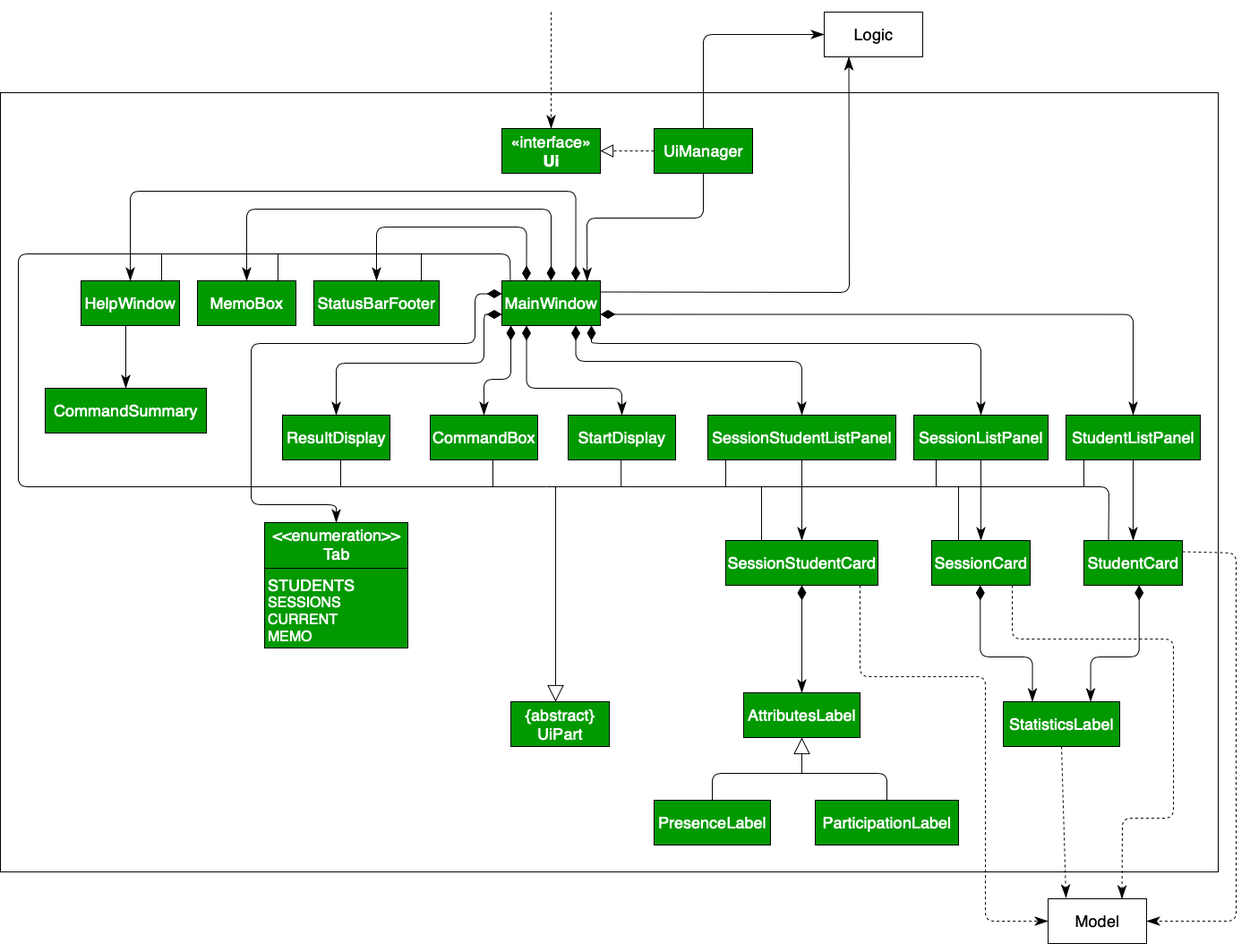
This is docs/images/developer-guide/3.2.1-UiClassDiagram.png from nweiyue/tp, a draw.io export, as it was before one commit. Source tidied: cells renumbered, new cells last; positions are measured from the earlier drawing's top-left corner, leaving out a move shared by most shapes.
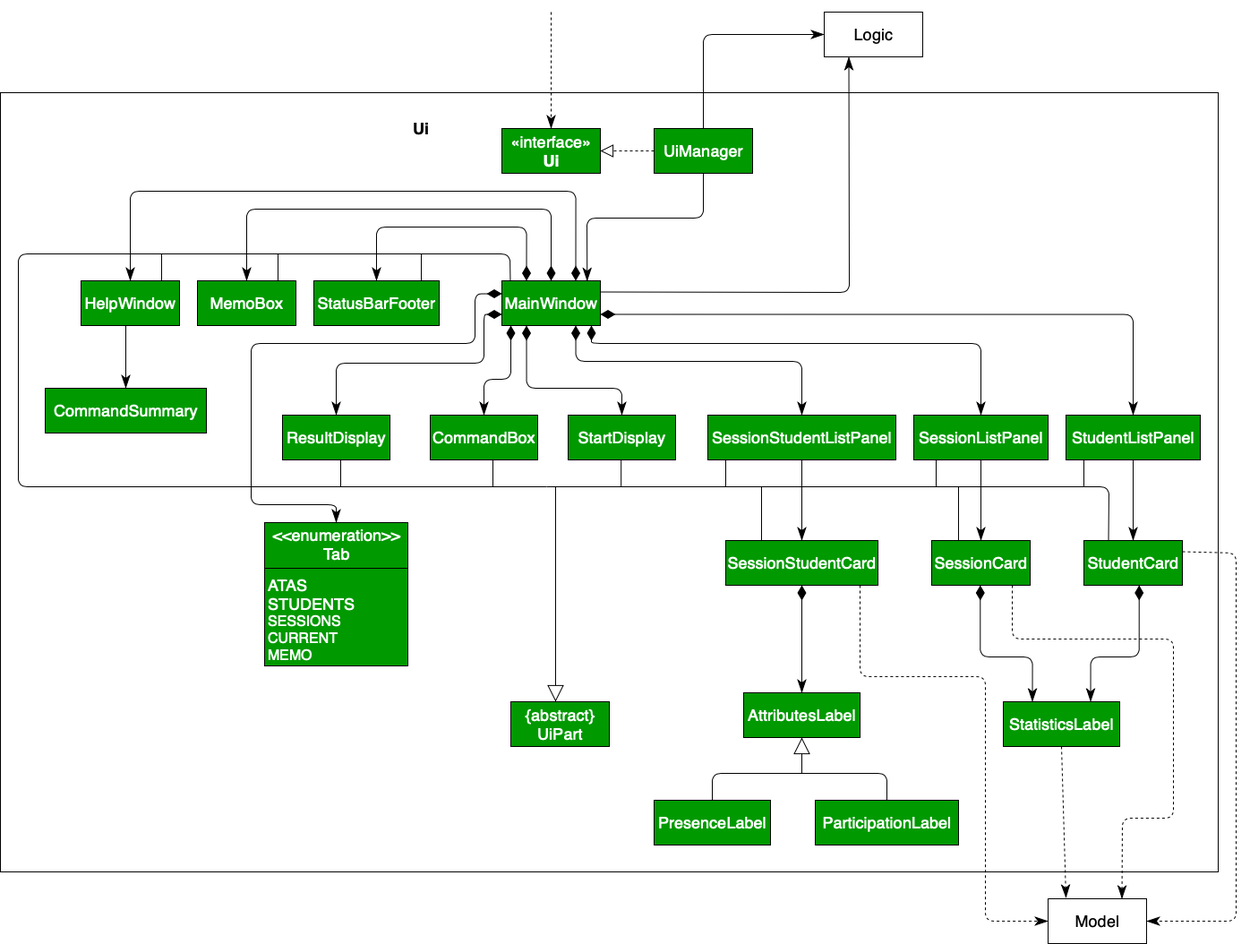
Above is the later version.

The edit, as a diff of the source:
```diff
@@ -224,8 +224,8 @@
     <mxCell id="44" value="&lt;font color=&quot;#ffffff&quot; style=&quot;font-size: 18px&quot;&gt;StudentListPanel&lt;/font&gt;" style="html=1;fillColor=#009900;strokeColor=#000000;" parent="1" vertex="1">
       <mxGeometry x="1190" y="450" width="150" height="50" as="geometry" />
     </mxCell>
-    <mxCell id="45" value="&lt;p style=&quot;margin: 0px ; margin-top: 4px ; text-align: center&quot;&gt;&lt;font color=&quot;#ffffff&quot;&gt;&lt;span&gt;&lt;font style=&quot;font-size: 18px&quot;&gt;&amp;lt;&amp;lt;enumeration&amp;gt;&amp;gt;&lt;br&gt;&lt;/font&gt;&lt;font style=&quot;font-size: 18px&quot;&gt;Tab&lt;/font&gt;&lt;/span&gt;&lt;/font&gt;&lt;/p&gt;&lt;p style=&quot;margin: 0px ; margin-left: 4px&quot;&gt;&lt;font color=&quot;#ffffff&quot;&gt;&lt;span&gt;&lt;br&gt;&lt;/span&gt;&lt;/font&gt;&lt;/p&gt;&lt;p style=&quot;margin: 0px ; margin-left: 4px&quot;&gt;&lt;font color=&quot;#ffffff&quot; style=&quot;font-size: 18px&quot;&gt;&lt;span&gt;STUDENTS&lt;/span&gt;&lt;/font&gt;&lt;/p&gt;&lt;p style=&quot;margin: 0px ; margin-left: 4px&quot;&gt;&lt;font color=&quot;#ffffff&quot; size=&quot;3&quot;&gt;&lt;span&gt;SESSIONS&lt;/span&gt;&lt;/font&gt;&lt;/p&gt;&lt;p style=&quot;margin: 0px ; margin-left: 4px&quot;&gt;&lt;font color=&quot;#ffffff&quot; size=&quot;3&quot;&gt;&lt;span&gt;CURRENT&lt;/span&gt;&lt;/font&gt;&lt;/p&gt;&lt;p style=&quot;margin: 0px ; margin-left: 4px&quot;&gt;&lt;font color=&quot;#ffffff&quot; size=&quot;3&quot;&gt;&lt;span&gt;MEMO&lt;/span&gt;&lt;/font&gt;&lt;/p&gt;&lt;hr size=&quot;1&quot;&gt;&lt;p style=&quot;margin: 0px ; margin-left: 4px&quot;&gt;&lt;br&gt;&lt;/p&gt;" style="verticalAlign=top;align=left;overflow=fill;fontSize=12;fontFamily=Helvetica;html=1;shadow=0;strokeColor=#000000;fillColor=#009900;" parent="1" vertex="1">
-      <mxGeometry x="295" y="570" width="160" height="140" as="geometry" />
+    <mxCell id="45" value="&lt;p style=&quot;margin: 0px ; margin-top: 4px ; text-align: center&quot;&gt;&lt;font color=&quot;#ffffff&quot;&gt;&lt;span&gt;&lt;font style=&quot;font-size: 18px&quot;&gt;&amp;lt;&amp;lt;enumeration&amp;gt;&amp;gt;&lt;br&gt;&lt;/font&gt;&lt;font style=&quot;font-size: 18px&quot;&gt;Tab&lt;/font&gt;&lt;/span&gt;&lt;/font&gt;&lt;/p&gt;&lt;p style=&quot;margin: 0px ; margin-left: 4px&quot;&gt;&lt;font color=&quot;#ffffff&quot;&gt;&lt;span&gt;&lt;br&gt;&lt;/span&gt;&lt;/font&gt;&lt;/p&gt;&lt;p style=&quot;margin: 0px ; margin-left: 4px&quot;&gt;&lt;font color=&quot;#ffffff&quot; style=&quot;font-size: 18px&quot;&gt;&lt;span&gt;ATAS&lt;br&gt;STUDENTS&lt;/span&gt;&lt;/font&gt;&lt;/p&gt;&lt;p style=&quot;margin: 0px ; margin-left: 4px&quot;&gt;&lt;font color=&quot;#ffffff&quot; size=&quot;3&quot;&gt;&lt;span&gt;SESSIONS&lt;/span&gt;&lt;/font&gt;&lt;/p&gt;&lt;p style=&quot;margin: 0px ; margin-left: 4px&quot;&gt;&lt;font color=&quot;#ffffff&quot; size=&quot;3&quot;&gt;&lt;span&gt;CURRENT&lt;/span&gt;&lt;/font&gt;&lt;/p&gt;&lt;p style=&quot;margin: 0px ; margin-left: 4px&quot;&gt;&lt;font color=&quot;#ffffff&quot; size=&quot;3&quot;&gt;&lt;span&gt;MEMO&lt;/span&gt;&lt;/font&gt;&lt;/p&gt;&lt;hr size=&quot;1&quot;&gt;&lt;p style=&quot;margin: 0px ; margin-left: 4px&quot;&gt;&lt;br&gt;&lt;/p&gt;" style="verticalAlign=top;align=left;overflow=fill;fontSize=12;fontFamily=Helvetica;html=1;shadow=0;strokeColor=#000000;fillColor=#009900;" parent="1" vertex="1">
+      <mxGeometry x="295" y="570" width="160" height="160" as="geometry" />
     </mxCell>
     <mxCell id="46" style="line;strokeWidth=1;fillColor=none;align=left;verticalAlign=middle;spacingTop=-1;spacingLeft=3;spacingRight=3;labelPosition=right;shadow=0;strokeColor=#000000;" parent="1" vertex="1">
       <mxGeometry x="295" y="617" width="160" height="8" as="geometry" />
@@ -397,5 +397,8 @@
         <mxPoint x="470" y="270" as="targetPoint" />
       </mxGeometry>
     </mxCell>
+    <mxCell id="73" value="&lt;b&gt;&lt;font style=&quot;font-size: 18px&quot;&gt;Ui&lt;/font&gt;&lt;/b&gt;" style="text;html=1;strokeColor=none;fillColor=none;align=center;verticalAlign=middle;whiteSpace=wrap;rounded=0;" parent="1" vertex="1">
+      <mxGeometry x="450" y="120" width="40" height="20" as="geometry" />
+    </mxCell>
   </root>
 </mxGraphModel>
```
